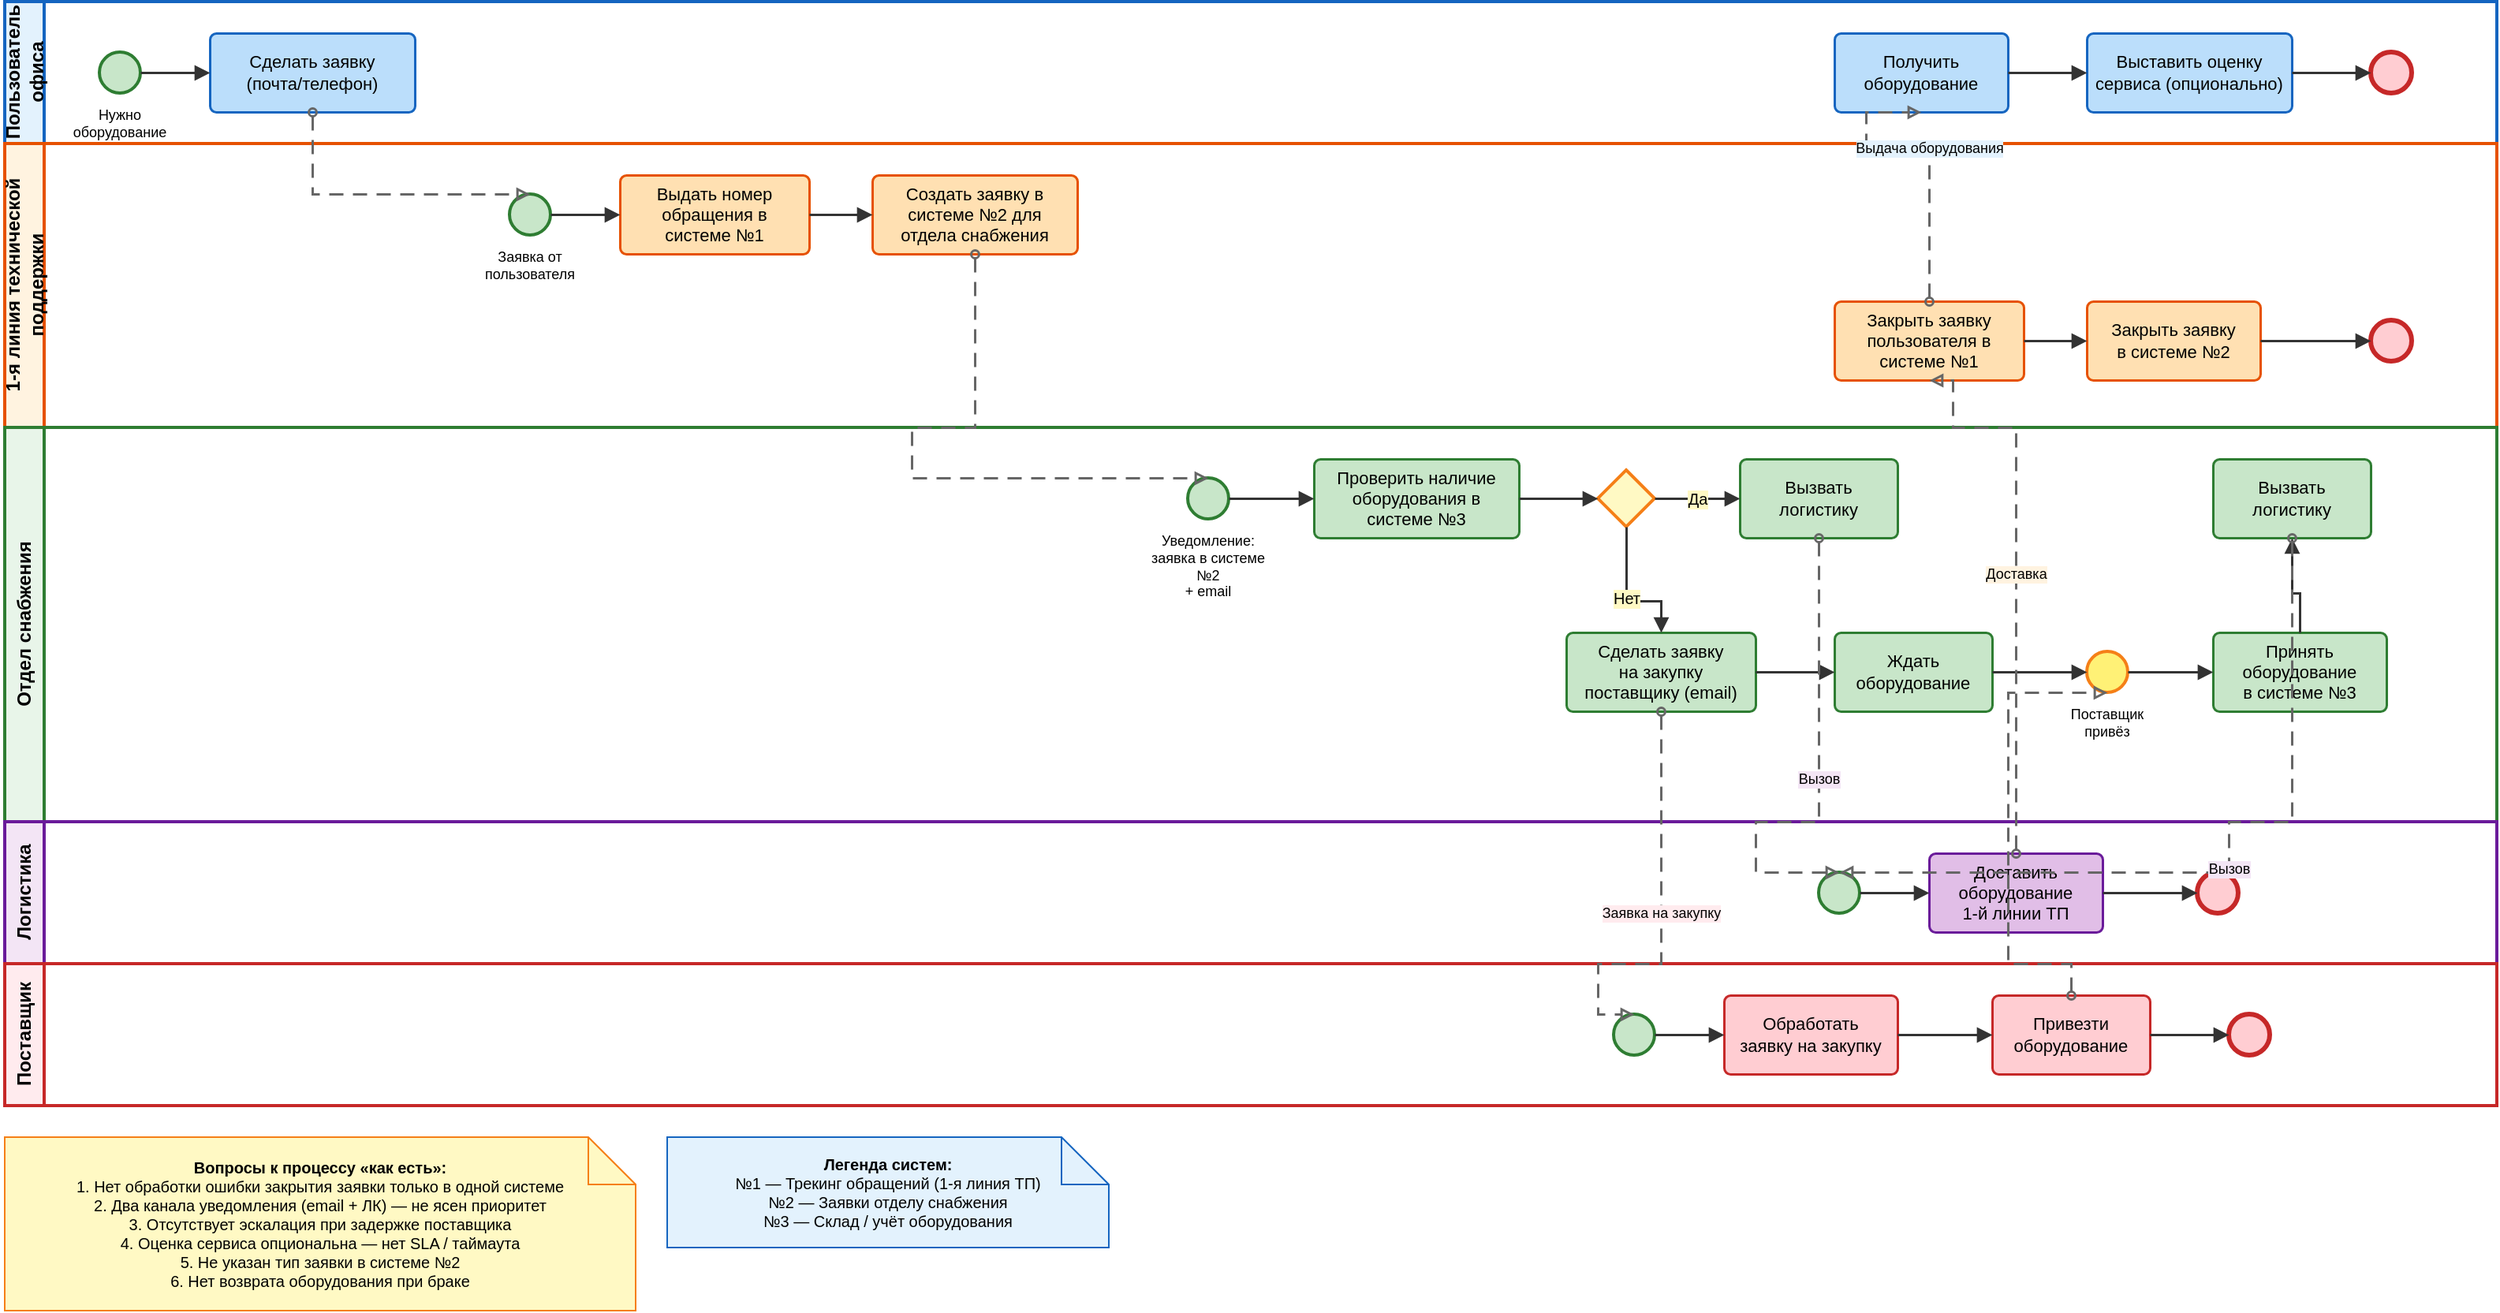
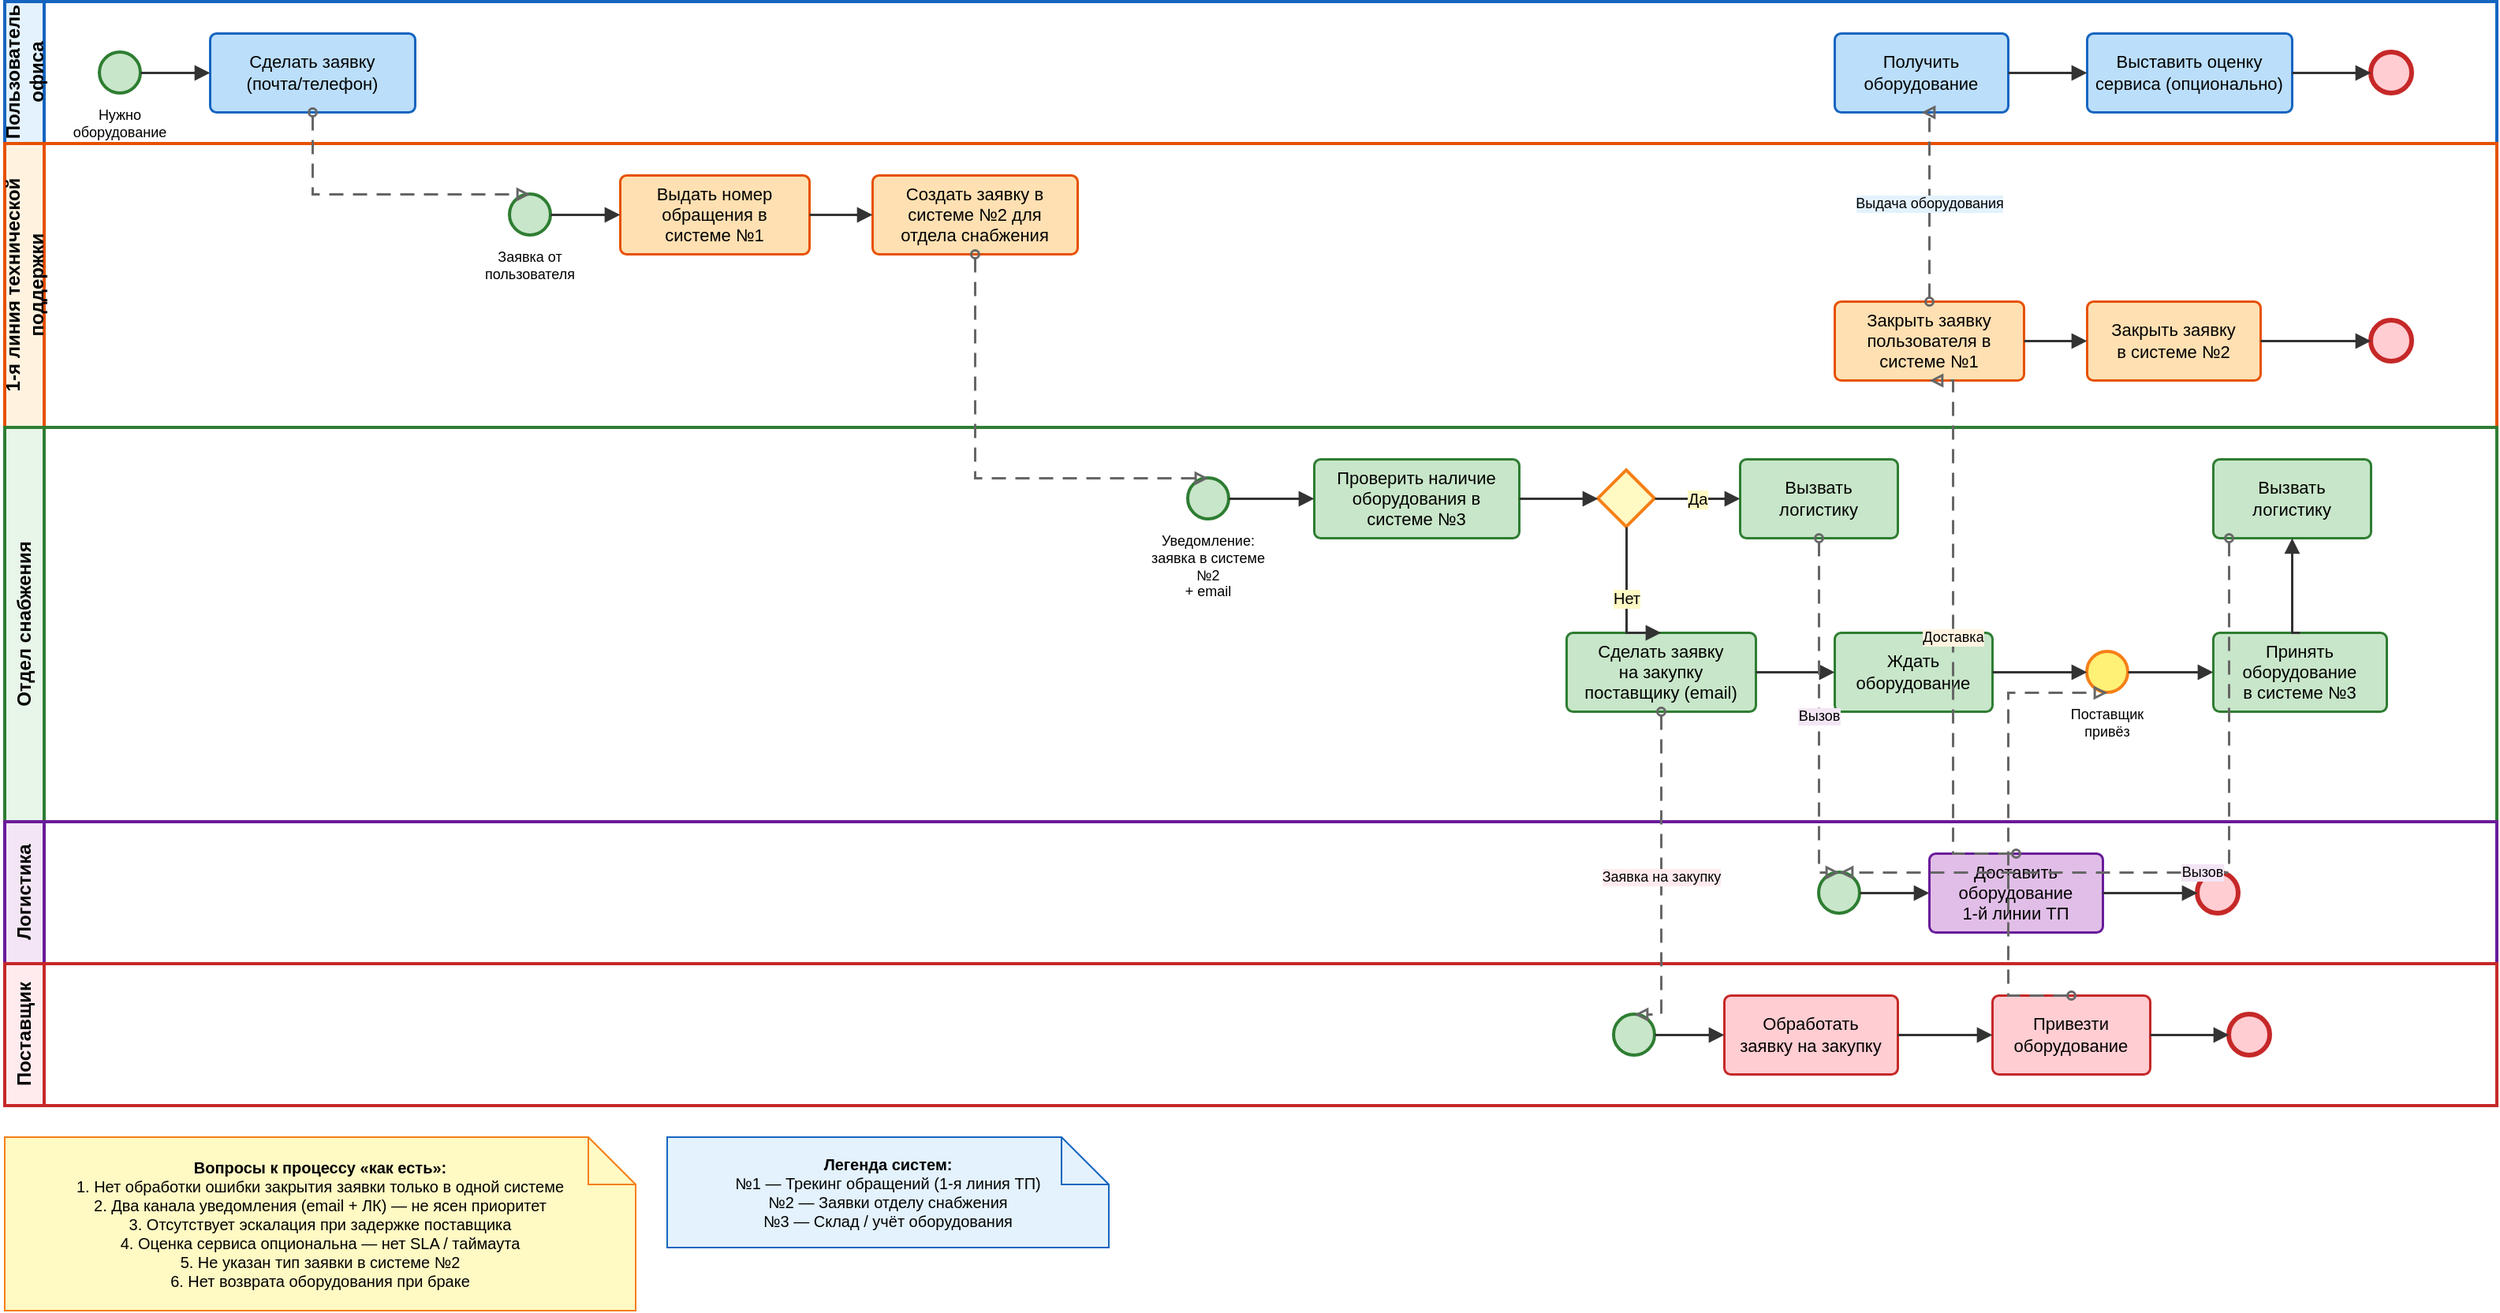
<mxfile host="app.diagrams.net" agent="Kimi">
  <diagram name="BPMN IT Equipment" id="it-equipment-bpmn">
    <mxGraphModel dx="2308" dy="875" grid="1" gridSize="10" guides="1" tooltips="1" connect="1" arrows="1" fold="1" page="1" pageScale="1" pageWidth="1700" pageHeight="1100" math="0" shadow="0">
      <root>
        <mxCell id="0" />
        <mxCell id="1" parent="0" />
        <mxCell id="pool-user" parent="1" style="swimlane;horizontal=0;startSize=25;swimlaneLine=1;collapsible=0;fontStyle=1;fillColor=#E3F2FD;strokeColor=#1565C0;strokeWidth=2;fontSize=12;whiteSpace=wrap;" value="Пользователь офиса" vertex="1">
          <mxGeometry height="90" width="1580" x="40" y="40" as="geometry" />
        </mxCell>
        <mxCell id="start-user" parent="pool-user" style="ellipse;whiteSpace=wrap;html=1;aspect=fixed;fillColor=#C8E6C9;strokeColor=#2E7D32;strokeWidth=2;" value="" vertex="1">
          <mxGeometry height="26" width="26" x="60" y="32" as="geometry" />
        </mxCell>
        <mxCell id="lbl-start-user" parent="pool-user" style="text;html=1;strokeColor=none;fillColor=none;align=center;verticalAlign=top;whiteSpace=wrap;rounded=0;fontSize=9;" value="Нужно&#xa;оборудование" vertex="1">
          <mxGeometry height="28" width="60" x="43" y="60" as="geometry" />
        </mxCell>
        <mxCell id="task-req" parent="pool-user" style="rounded=1;whiteSpace=wrap;html=1;arcSize=8;fillColor=#BBDEFB;strokeColor=#1565C0;strokeWidth=1.5;fontSize=11;" value="Сделать заявку&#xa;(почта/телефон)" vertex="1">
          <mxGeometry height="50" width="130" x="130" y="20" as="geometry" />
        </mxCell>
        <mxCell id="task-receive" parent="pool-user" style="rounded=1;whiteSpace=wrap;html=1;arcSize=8;fillColor=#BBDEFB;strokeColor=#1565C0;strokeWidth=1.5;fontSize=11;" value="Получить&#xa;оборудование" vertex="1">
          <mxGeometry height="50" width="110" x="1160" y="20" as="geometry" />
        </mxCell>
        <mxCell id="task-rate" parent="pool-user" style="rounded=1;whiteSpace=wrap;html=1;arcSize=8;fillColor=#BBDEFB;strokeColor=#1565C0;strokeWidth=1.5;fontSize=11;" value="Выставить оценку&#xa;сервиса (опционально)" vertex="1">
          <mxGeometry height="50" width="130" x="1320" y="20" as="geometry" />
        </mxCell>
        <mxCell id="end-user" parent="pool-user" style="ellipse;whiteSpace=wrap;html=1;aspect=fixed;fillColor=#FFCDD2;strokeColor=#C62828;strokeWidth=3;" value="" vertex="1">
          <mxGeometry height="26" width="26" x="1500" y="32" as="geometry" />
        </mxCell>
        <mxCell id="sf1" edge="1" parent="pool-user" source="start-user" style="edgeStyle=orthogonalEdgeStyle;rounded=0;orthogonalLoop=1;jettySize=auto;html=1;exitX=1;exitY=0.5;exitDx=0;exitDy=0;entryX=0;entryY=0.5;entryDx=0;entryDy=0;strokeColor=#333333;strokeWidth=1.5;endArrow=block;endFill=1;" target="task-req" value="">
          <mxGeometry relative="1" as="geometry" />
        </mxCell>
        <mxCell id="sf2" edge="1" parent="pool-user" source="task-receive" style="edgeStyle=orthogonalEdgeStyle;rounded=0;orthogonalLoop=1;jettySize=auto;html=1;exitX=1;exitY=0.5;exitDx=0;exitDy=0;entryX=0;entryY=0.5;entryDx=0;entryDy=0;strokeColor=#333333;strokeWidth=1.5;endArrow=block;endFill=1;" target="task-rate" value="">
          <mxGeometry relative="1" as="geometry" />
        </mxCell>
        <mxCell id="sf3" edge="1" parent="pool-user" source="task-rate" style="edgeStyle=orthogonalEdgeStyle;rounded=0;orthogonalLoop=1;jettySize=auto;html=1;exitX=1;exitY=0.5;exitDx=0;exitDy=0;entryX=0;entryY=0.5;entryDx=0;entryDy=0;strokeColor=#333333;strokeWidth=1.5;endArrow=block;endFill=1;" target="end-user" value="">
          <mxGeometry relative="1" as="geometry" />
        </mxCell>
        <mxCell id="pool-l1" parent="1" style="swimlane;horizontal=0;startSize=25;swimlaneLine=1;collapsible=0;fontStyle=1;fillColor=#FFF3E0;strokeColor=#E65100;strokeWidth=2;fontSize=12;whiteSpace=wrap;" value="1-я линия технической поддержки" vertex="1">
          <mxGeometry height="180" width="1580" x="40" y="130" as="geometry" />
        </mxCell>
        <mxCell id="start-l1" parent="pool-l1" style="ellipse;whiteSpace=wrap;html=1;aspect=fixed;fillColor=#C8E6C9;strokeColor=#2E7D32;strokeWidth=2;" value="" vertex="1">
          <mxGeometry height="26" width="26" x="320" y="32" as="geometry" />
        </mxCell>
        <mxCell id="lbl-start-l1" parent="pool-l1" style="text;html=1;strokeColor=none;fillColor=none;align=center;verticalAlign=top;whiteSpace=wrap;rounded=0;fontSize=9;" value="Заявка от&#xa;пользователя" vertex="1">
          <mxGeometry height="28" width="60" x="303" y="60" as="geometry" />
        </mxCell>
        <mxCell id="task-ticket1" parent="pool-l1" style="rounded=1;whiteSpace=wrap;html=1;arcSize=8;fillColor=#FFE0B2;strokeColor=#E65100;strokeWidth=1.5;fontSize=11;" value="Выдать номер&#xa;обращения в&#xa;системе №1" vertex="1">
          <mxGeometry height="50" width="120" x="390" y="20" as="geometry" />
        </mxCell>
        <mxCell id="task-create-req" parent="pool-l1" style="rounded=1;whiteSpace=wrap;html=1;arcSize=8;fillColor=#FFE0B2;strokeColor=#E65100;strokeWidth=1.5;fontSize=11;" value="Создать заявку в&#xa;системе №2 для&#xa;отдела снабжения" vertex="1">
          <mxGeometry height="50" width="130" x="550" y="20" as="geometry" />
        </mxCell>
        <mxCell id="task-close1" parent="pool-l1" style="rounded=1;whiteSpace=wrap;html=1;arcSize=8;fillColor=#FFE0B2;strokeColor=#E65100;strokeWidth=1.5;fontSize=11;" value="Закрыть заявку&#xa;пользователя в&#xa;системе №1" vertex="1">
          <mxGeometry height="50" width="120" x="1160" y="100" as="geometry" />
        </mxCell>
        <mxCell id="task-close2" parent="pool-l1" style="rounded=1;whiteSpace=wrap;html=1;arcSize=8;fillColor=#FFE0B2;strokeColor=#E65100;strokeWidth=1.5;fontSize=11;" value="Закрыть заявку&#xa;в системе №2" vertex="1">
          <mxGeometry height="50" width="110" x="1320" y="100" as="geometry" />
        </mxCell>
        <mxCell id="end-l1" parent="pool-l1" style="ellipse;whiteSpace=wrap;html=1;aspect=fixed;fillColor=#FFCDD2;strokeColor=#C62828;strokeWidth=3;" value="" vertex="1">
          <mxGeometry height="26" width="26" x="1500" y="112" as="geometry" />
        </mxCell>
        <mxCell id="sf4" edge="1" parent="pool-l1" source="start-l1" style="edgeStyle=orthogonalEdgeStyle;rounded=0;orthogonalLoop=1;jettySize=auto;html=1;exitX=1;exitY=0.5;exitDx=0;exitDy=0;entryX=0;entryY=0.5;entryDx=0;entryDy=0;strokeColor=#333333;strokeWidth=1.5;endArrow=block;endFill=1;" target="task-ticket1" value="">
          <mxGeometry relative="1" as="geometry" />
        </mxCell>
        <mxCell id="sf5" edge="1" parent="pool-l1" source="task-ticket1" style="edgeStyle=orthogonalEdgeStyle;rounded=0;orthogonalLoop=1;jettySize=auto;html=1;exitX=1;exitY=0.5;exitDx=0;exitDy=0;entryX=0;entryY=0.5;entryDx=0;entryDy=0;strokeColor=#333333;strokeWidth=1.5;endArrow=block;endFill=1;" target="task-create-req" value="">
          <mxGeometry relative="1" as="geometry" />
        </mxCell>
        <mxCell id="sf6" edge="1" parent="pool-l1" source="task-close1" style="edgeStyle=orthogonalEdgeStyle;rounded=0;orthogonalLoop=1;jettySize=auto;html=1;exitX=1;exitY=0.5;exitDx=0;exitDy=0;entryX=0;entryY=0.5;entryDx=0;entryDy=0;strokeColor=#333333;strokeWidth=1.5;endArrow=block;endFill=1;" target="task-close2" value="">
          <mxGeometry relative="1" as="geometry" />
        </mxCell>
        <mxCell id="sf7" edge="1" parent="pool-l1" source="task-close2" style="edgeStyle=orthogonalEdgeStyle;rounded=0;orthogonalLoop=1;jettySize=auto;html=1;exitX=1;exitY=0.5;exitDx=0;exitDy=0;entryX=0;entryY=0.5;entryDx=0;entryDy=0;strokeColor=#333333;strokeWidth=1.5;endArrow=block;endFill=1;" target="end-l1" value="">
          <mxGeometry relative="1" as="geometry" />
        </mxCell>
        <mxCell id="pool-supply" parent="1" style="swimlane;horizontal=0;startSize=25;swimlaneLine=1;collapsible=0;fontStyle=1;fillColor=#E8F5E9;strokeColor=#2E7D32;strokeWidth=2;fontSize=12;whiteSpace=wrap;" value="Отдел снабжения" vertex="1">
          <mxGeometry height="250" width="1580" x="40" y="310" as="geometry" />
        </mxCell>
        <mxCell id="start-supply" parent="pool-supply" style="ellipse;whiteSpace=wrap;html=1;aspect=fixed;fillColor=#C8E6C9;strokeColor=#2E7D32;strokeWidth=2;" value="" vertex="1">
          <mxGeometry height="26" width="26" x="750" y="32" as="geometry" />
        </mxCell>
        <mxCell id="lbl-start-supply" parent="pool-supply" style="text;html=1;strokeColor=none;fillColor=none;align=center;verticalAlign=top;whiteSpace=wrap;rounded=0;fontSize=9;" value="Уведомление:&#xa;заявка в системе №2&#xa;+ email" vertex="1">
          <mxGeometry height="36" width="86" x="720" y="60" as="geometry" />
        </mxCell>
        <mxCell id="task-check" parent="pool-supply" style="rounded=1;whiteSpace=wrap;html=1;arcSize=8;fillColor=#C8E6C9;strokeColor=#2E7D32;strokeWidth=1.5;fontSize=11;" value="Проверить наличие&#xa;оборудования в&#xa;системе №3" vertex="1">
          <mxGeometry height="50" width="130" x="830" y="20" as="geometry" />
        </mxCell>
        <mxCell id="gateway-check" parent="pool-supply" style="rhombus;whiteSpace=wrap;html=1;fillColor=#FFF9C4;strokeColor=#F57F17;strokeWidth=2;" value="" vertex="1">
          <mxGeometry height="36" width="36" x="1010" y="27" as="geometry" />
        </mxCell>
        <mxCell id="task-call-log-yes" parent="pool-supply" style="rounded=1;whiteSpace=wrap;html=1;arcSize=8;fillColor=#C8E6C9;strokeColor=#2E7D32;strokeWidth=1.5;fontSize=11;" value="Вызвать&#xa;логистику" vertex="1">
          <mxGeometry height="50" width="100" x="1100" y="20" as="geometry" />
        </mxCell>
        <mxCell id="task-order" parent="pool-supply" style="rounded=1;whiteSpace=wrap;html=1;arcSize=8;fillColor=#C8E6C9;strokeColor=#2E7D32;strokeWidth=1.5;fontSize=11;" value="Сделать заявку&#xa;на закупку&#xa;поставщику (email)" vertex="1">
          <mxGeometry height="50" width="120" x="990" y="130" as="geometry" />
        </mxCell>
        <mxCell id="task-wait" parent="pool-supply" style="rounded=1;whiteSpace=wrap;html=1;arcSize=8;fillColor=#C8E6C9;strokeColor=#2E7D32;strokeWidth=1.5;fontSize=11;" value="Ждать&#xa;оборудование" vertex="1">
          <mxGeometry height="50" width="100" x="1160" y="130" as="geometry" />
        </mxCell>
        <mxCell id="event-receive" parent="pool-supply" style="ellipse;whiteSpace=wrap;html=1;aspect=fixed;fillColor=#FFF176;strokeColor=#F57F17;strokeWidth=2;" value="" vertex="1">
          <mxGeometry height="26" width="26" x="1320" y="142" as="geometry" />
        </mxCell>
        <mxCell id="lbl-receive" parent="pool-supply" style="text;html=1;strokeColor=none;fillColor=none;align=center;verticalAlign=top;whiteSpace=wrap;rounded=0;fontSize=9;" value="Поставщик&#xa;привёз" vertex="1">
          <mxGeometry height="24" width="60" x="1303" y="170" as="geometry" />
        </mxCell>
        <mxCell id="task-accept" parent="pool-supply" style="rounded=1;whiteSpace=wrap;html=1;arcSize=8;fillColor=#C8E6C9;strokeColor=#2E7D32;strokeWidth=1.5;fontSize=11;" value="Принять&#xa;оборудование&#xa;в системе №3" vertex="1">
          <mxGeometry height="50" width="110" x="1400" y="130" as="geometry" />
        </mxCell>
        <mxCell id="task-call-log-no" parent="pool-supply" style="rounded=1;whiteSpace=wrap;html=1;arcSize=8;fillColor=#C8E6C9;strokeColor=#2E7D32;strokeWidth=1.5;fontSize=11;" value="Вызвать&#xa;логистику" vertex="1">
          <mxGeometry height="50" width="100" x="1400" y="20" as="geometry" />
        </mxCell>
        <mxCell id="sf8" edge="1" parent="pool-supply" source="start-supply" style="edgeStyle=orthogonalEdgeStyle;rounded=0;orthogonalLoop=1;jettySize=auto;html=1;exitX=1;exitY=0.5;exitDx=0;exitDy=0;entryX=0;entryY=0.5;entryDx=0;entryDy=0;strokeColor=#333333;strokeWidth=1.5;endArrow=block;endFill=1;" target="task-check" value="">
          <mxGeometry relative="1" as="geometry" />
        </mxCell>
        <mxCell id="sf9" edge="1" parent="pool-supply" source="task-check" style="edgeStyle=orthogonalEdgeStyle;rounded=0;orthogonalLoop=1;jettySize=auto;html=1;exitX=1;exitY=0.5;exitDx=0;exitDy=0;entryX=0;entryY=0.5;entryDx=0;entryDy=0;strokeColor=#333333;strokeWidth=1.5;endArrow=block;endFill=1;" target="gateway-check" value="">
          <mxGeometry relative="1" as="geometry" />
        </mxCell>
        <mxCell id="sf10" edge="1" parent="pool-supply" source="gateway-check" style="edgeStyle=orthogonalEdgeStyle;rounded=0;orthogonalLoop=1;jettySize=auto;html=1;exitX=1;exitY=0.5;exitDx=0;exitDy=0;entryX=0;entryY=0.5;entryDx=0;entryDy=0;strokeColor=#333333;strokeWidth=1.5;endArrow=block;endFill=1;labelBackgroundColor=#FFF9C4;fontSize=10;" target="task-call-log-yes" value="Да">
          <mxGeometry relative="1" as="geometry" />
        </mxCell>
        <mxCell id="sf11" edge="1" parent="pool-supply" source="gateway-check" style="edgeStyle=orthogonalEdgeStyle;rounded=0;orthogonalLoop=1;jettySize=auto;html=1;exitX=0.5;exitY=1;exitDx=0;exitDy=0;entryX=0.5;entryY=0;entryDx=0;entryDy=0;strokeColor=#333333;strokeWidth=1.5;endArrow=block;endFill=1;labelBackgroundColor=#FFF9C4;fontSize=10;" target="task-order" value="Нет">
          <mxGeometry relative="1" as="geometry">
            <Array as="points">
-               <mxPoint x="1028" y="110" />
-               <mxPoint x="1050" y="110" />
+               <mxPoint x="1028" y="130" />
            </Array>
          </mxGeometry>
        </mxCell>
        <mxCell id="sf12" edge="1" parent="pool-supply" source="task-order" style="edgeStyle=orthogonalEdgeStyle;rounded=0;orthogonalLoop=1;jettySize=auto;html=1;exitX=1;exitY=0.5;exitDx=0;exitDy=0;entryX=0;entryY=0.5;entryDx=0;entryDy=0;strokeColor=#333333;strokeWidth=1.5;endArrow=block;endFill=1;" target="task-wait" value="">
          <mxGeometry relative="1" as="geometry" />
        </mxCell>
        <mxCell id="sf13" edge="1" parent="pool-supply" source="task-wait" style="edgeStyle=orthogonalEdgeStyle;rounded=0;orthogonalLoop=1;jettySize=auto;html=1;exitX=1;exitY=0.5;exitDx=0;exitDy=0;entryX=0;entryY=0.5;entryDx=0;entryDy=0;strokeColor=#333333;strokeWidth=1.5;endArrow=block;endFill=1;" target="event-receive" value="">
          <mxGeometry relative="1" as="geometry" />
        </mxCell>
        <mxCell id="sf14" edge="1" parent="pool-supply" source="event-receive" style="edgeStyle=orthogonalEdgeStyle;rounded=0;orthogonalLoop=1;jettySize=auto;html=1;exitX=1;exitY=0.5;exitDx=0;exitDy=0;entryX=0;entryY=0.5;entryDx=0;entryDy=0;strokeColor=#333333;strokeWidth=1.5;endArrow=block;endFill=1;" target="task-accept" value="">
          <mxGeometry relative="1" as="geometry" />
        </mxCell>
        <mxCell id="sf15" edge="1" parent="pool-supply" source="task-accept" style="edgeStyle=orthogonalEdgeStyle;rounded=0;orthogonalLoop=1;jettySize=auto;html=1;exitX=0.5;exitY=0;exitDx=0;exitDy=0;entryX=0.5;entryY=1;entryDx=0;entryDy=0;strokeColor=#333333;strokeWidth=1.5;endArrow=block;endFill=1;" target="task-call-log-no" value="">
          <mxGeometry relative="1" as="geometry">
            <Array as="points">
-               <mxPoint x="1455" y="105" />
-               <mxPoint x="1450" y="105" />
+               <mxPoint x="1450" y="130" />
            </Array>
          </mxGeometry>
        </mxCell>
        <mxCell id="pool-log" parent="1" style="swimlane;horizontal=0;startSize=25;swimlaneLine=1;collapsible=0;fontStyle=1;fillColor=#F3E5F5;strokeColor=#6A1B9A;strokeWidth=2;fontSize=12;whiteSpace=wrap;" value="Логистика" vertex="1">
          <mxGeometry height="90" width="1580" x="40" y="560" as="geometry" />
        </mxCell>
        <mxCell id="start-log" parent="pool-log" style="ellipse;whiteSpace=wrap;html=1;aspect=fixed;fillColor=#C8E6C9;strokeColor=#2E7D32;strokeWidth=2;" value="" vertex="1">
          <mxGeometry height="26" width="26" x="1150" y="32" as="geometry" />
        </mxCell>
        <mxCell id="task-deliver" parent="pool-log" style="rounded=1;whiteSpace=wrap;html=1;arcSize=8;fillColor=#E1BEE7;strokeColor=#6A1B9A;strokeWidth=1.5;fontSize=11;" value="Доставить&#xa;оборудование&#xa;1-й линии ТП" vertex="1">
          <mxGeometry height="50" width="110" x="1220" y="20" as="geometry" />
        </mxCell>
        <mxCell id="end-log" parent="pool-log" style="ellipse;whiteSpace=wrap;html=1;aspect=fixed;fillColor=#FFCDD2;strokeColor=#C62828;strokeWidth=3;" value="" vertex="1">
          <mxGeometry height="26" width="26" x="1390" y="32" as="geometry" />
        </mxCell>
        <mxCell id="sf16" edge="1" parent="pool-log" source="start-log" style="edgeStyle=orthogonalEdgeStyle;rounded=0;orthogonalLoop=1;jettySize=auto;html=1;exitX=1;exitY=0.5;exitDx=0;exitDy=0;entryX=0;entryY=0.5;entryDx=0;entryDy=0;strokeColor=#333333;strokeWidth=1.5;endArrow=block;endFill=1;" target="task-deliver" value="">
          <mxGeometry relative="1" as="geometry" />
        </mxCell>
        <mxCell id="sf17" edge="1" parent="pool-log" source="task-deliver" style="edgeStyle=orthogonalEdgeStyle;rounded=0;orthogonalLoop=1;jettySize=auto;html=1;exitX=1;exitY=0.5;exitDx=0;exitDy=0;entryX=0;entryY=0.5;entryDx=0;entryDy=0;strokeColor=#333333;strokeWidth=1.5;endArrow=block;endFill=1;" target="end-log" value="">
          <mxGeometry relative="1" as="geometry" />
        </mxCell>
        <mxCell id="pool-vendor" parent="1" style="swimlane;horizontal=0;startSize=25;swimlaneLine=1;collapsible=0;fontStyle=1;fillColor=#FFEBEE;strokeColor=#C62828;strokeWidth=2;fontSize=12;whiteSpace=wrap;" value="Поставщик" vertex="1">
          <mxGeometry height="90" width="1580" x="40" y="650" as="geometry" />
        </mxCell>
        <mxCell id="start-vendor" parent="pool-vendor" style="ellipse;whiteSpace=wrap;html=1;aspect=fixed;fillColor=#C8E6C9;strokeColor=#2E7D32;strokeWidth=2;" value="" vertex="1">
          <mxGeometry height="26" width="26" x="1020" y="32" as="geometry" />
        </mxCell>
        <mxCell id="task-process" parent="pool-vendor" style="rounded=1;whiteSpace=wrap;html=1;arcSize=8;fillColor=#FFCDD2;strokeColor=#C62828;strokeWidth=1.5;fontSize=11;" value="Обработать&#xa;заявку на закупку" vertex="1">
          <mxGeometry height="50" width="110" x="1090" y="20" as="geometry" />
        </mxCell>
        <mxCell id="task-ship" parent="pool-vendor" style="rounded=1;whiteSpace=wrap;html=1;arcSize=8;fillColor=#FFCDD2;strokeColor=#C62828;strokeWidth=1.5;fontSize=11;" value="Привезти&#xa;оборудование" vertex="1">
          <mxGeometry height="50" width="100" x="1260" y="20" as="geometry" />
        </mxCell>
        <mxCell id="end-vendor" parent="pool-vendor" style="ellipse;whiteSpace=wrap;html=1;aspect=fixed;fillColor=#FFCDD2;strokeColor=#C62828;strokeWidth=3;" value="" vertex="1">
          <mxGeometry height="26" width="26" x="1410" y="32" as="geometry" />
        </mxCell>
        <mxCell id="sf18" edge="1" parent="pool-vendor" source="start-vendor" style="edgeStyle=orthogonalEdgeStyle;rounded=0;orthogonalLoop=1;jettySize=auto;html=1;exitX=1;exitY=0.5;exitDx=0;exitDy=0;entryX=0;entryY=0.5;entryDx=0;entryDy=0;strokeColor=#333333;strokeWidth=1.5;endArrow=block;endFill=1;" target="task-process" value="">
          <mxGeometry relative="1" as="geometry" />
        </mxCell>
        <mxCell id="sf19" edge="1" parent="pool-vendor" source="task-process" style="edgeStyle=orthogonalEdgeStyle;rounded=0;orthogonalLoop=1;jettySize=auto;html=1;exitX=1;exitY=0.5;exitDx=0;exitDy=0;entryX=0;entryY=0.5;entryDx=0;entryDy=0;strokeColor=#333333;strokeWidth=1.5;endArrow=block;endFill=1;" target="task-ship" value="">
          <mxGeometry relative="1" as="geometry" />
        </mxCell>
        <mxCell id="sf20" edge="1" parent="pool-vendor" source="task-ship" style="edgeStyle=orthogonalEdgeStyle;rounded=0;orthogonalLoop=1;jettySize=auto;html=1;exitX=1;exitY=0.5;exitDx=0;exitDy=0;entryX=0;entryY=0.5;entryDx=0;entryDy=0;strokeColor=#333333;strokeWidth=1.5;endArrow=block;endFill=1;" target="end-vendor" value="">
          <mxGeometry relative="1" as="geometry" />
        </mxCell>
        <mxCell id="mf1" edge="1" parent="1" source="task-req" style="edgeStyle=orthogonalEdgeStyle;rounded=0;orthogonalLoop=1;jettySize=auto;html=1;exitX=0.5;exitY=1;exitDx=0;exitDy=0;entryX=0.5;entryY=0;entryDx=0;entryDy=0;strokeColor=#666666;strokeWidth=1.5;dashed=1;dashPattern=6 4;startArrow=oval;startFill=0;startSize=5;endArrow=block;endFill=0;endSize=5;" target="start-l1" value="">
          <mxGeometry relative="1" as="geometry">
            <Array as="points">
              <mxPoint x="235" y="162" />
            </Array>
          </mxGeometry>
        </mxCell>
        <mxCell id="mf2" edge="1" parent="1" source="task-create-req" style="edgeStyle=orthogonalEdgeStyle;rounded=0;orthogonalLoop=1;jettySize=auto;html=1;exitX=0.5;exitY=1;exitDx=0;exitDy=0;entryX=0.5;entryY=0;entryDx=0;entryDy=0;strokeColor=#666666;strokeWidth=1.5;dashed=1;dashPattern=6 4;startArrow=oval;startFill=0;startSize=5;endArrow=block;endFill=0;endSize=5;" target="start-supply" value="">
          <mxGeometry relative="1" as="geometry">
            <Array as="points">
-               <mxPoint x="615" y="310" />
+               <mxPoint x="655" y="342" />
            </Array>
          </mxGeometry>
        </mxCell>
        <mxCell id="mf3" edge="1" parent="1" source="task-call-log-yes" style="edgeStyle=orthogonalEdgeStyle;rounded=0;orthogonalLoop=1;jettySize=auto;html=1;exitX=0.5;exitY=1;exitDx=0;exitDy=0;entryX=0.5;entryY=0;entryDx=0;entryDy=0;strokeColor=#666666;strokeWidth=1.5;dashed=1;dashPattern=6 4;startArrow=oval;startFill=0;startSize=5;endArrow=block;endFill=0;endSize=5;fontSize=9;labelBackgroundColor=#F3E5F5;" target="start-log" value="Вызов">
          <mxGeometry relative="1" as="geometry">
            <Array as="points">
-               <mxPoint x="1150" y="560" />
-             </Array>
-           </mxGeometry>
-         </mxCell>
-         <mxCell id="mf4" edge="1" parent="1" source="task-call-log-no" style="edgeStyle=orthogonalEdgeStyle;rounded=0;orthogonalLoop=1;jettySize=auto;html=1;exitX=0.5;exitY=1;exitDx=0;exitDy=0;entryX=0.5;entryY=0;entryDx=0;entryDy=0;strokeColor=#666666;strokeWidth=1.5;dashed=1;dashPattern=6 4;startArrow=oval;startFill=0;startSize=5;endArrow=block;endFill=0;endSize=5;fontSize=9;labelBackgroundColor=#F3E5F5;" target="start-log" value="Вызов">
-           <mxGeometry relative="1" as="geometry">
-             <Array as="points">
-               <mxPoint x="1450" y="560" />
-             </Array>
+               <mxPoint x="1190" y="592" />
+             </Array>
+           </mxGeometry>
+         </mxCell>
+         <mxCell id="mf4" edge="1" parent="1" style="edgeStyle=orthogonalEdgeStyle;rounded=0;orthogonalLoop=1;jettySize=auto;html=1;entryX=0.5;entryY=0;entryDx=0;entryDy=0;strokeColor=#666666;strokeWidth=1.5;dashed=1;dashPattern=6 4;startArrow=oval;startFill=0;startSize=5;endArrow=block;endFill=0;endSize=5;fontSize=9;labelBackgroundColor=#F3E5F5;" target="start-log" value="Вызов">
+           <mxGeometry relative="1" as="geometry">
+             <Array as="points">
+               <mxPoint x="1450" y="380" />
+               <mxPoint x="1450" y="592" />
+             </Array>
+             <mxPoint x="1450" y="380" as="sourcePoint" />
          </mxGeometry>
        </mxCell>
        <mxCell id="mf5" edge="1" parent="1" source="task-order" style="edgeStyle=orthogonalEdgeStyle;rounded=0;orthogonalLoop=1;jettySize=auto;html=1;exitX=0.5;exitY=1;exitDx=0;exitDy=0;entryX=0.5;entryY=0;entryDx=0;entryDy=0;strokeColor=#666666;strokeWidth=1.5;dashed=1;dashPattern=6 4;startArrow=oval;startFill=0;startSize=5;endArrow=block;endFill=0;endSize=5;fontSize=9;labelBackgroundColor=#FFEBEE;" target="start-vendor" value="Заявка на закупку">
          <mxGeometry relative="1" as="geometry">
            <Array as="points">
-               <mxPoint x="1050" y="650" />
+               <mxPoint x="1090" y="682" />
            </Array>
          </mxGeometry>
        </mxCell>
        <mxCell id="mf6" edge="1" parent="1" source="task-ship" style="edgeStyle=orthogonalEdgeStyle;rounded=0;orthogonalLoop=1;jettySize=auto;html=1;exitX=0.5;exitY=0;exitDx=0;exitDy=0;entryX=0.5;entryY=1;entryDx=0;entryDy=0;strokeColor=#666666;strokeWidth=1.5;dashed=1;dashPattern=6 4;startArrow=oval;startFill=0;startSize=5;endArrow=block;endFill=0;endSize=5;" target="event-receive" value="">
          <mxGeometry relative="1" as="geometry">
            <Array as="points">
-               <mxPoint x="1310" y="650" />
+               <mxPoint x="1310" y="670" />
+               <mxPoint x="1310" y="478" />
            </Array>
          </mxGeometry>
        </mxCell>
        <mxCell id="mf7" edge="1" parent="1" source="task-deliver" style="edgeStyle=orthogonalEdgeStyle;rounded=0;orthogonalLoop=1;jettySize=auto;html=1;exitX=0.5;exitY=0;exitDx=0;exitDy=0;entryX=0.5;entryY=1;entryDx=0;entryDy=0;strokeColor=#666666;strokeWidth=1.5;dashed=1;dashPattern=6 4;startArrow=oval;startFill=0;startSize=5;endArrow=block;endFill=0;endSize=5;fontSize=9;labelBackgroundColor=#FFF3E0;" target="task-close1" value="Доставка">
          <mxGeometry relative="1" as="geometry">
            <Array as="points">
-               <mxPoint x="1275" y="310" />
+               <mxPoint x="1275" y="580" />
+               <mxPoint x="1275" y="280" />
            </Array>
          </mxGeometry>
        </mxCell>
        <mxCell id="mf8" edge="1" parent="1" source="task-close1" style="edgeStyle=orthogonalEdgeStyle;rounded=0;orthogonalLoop=1;jettySize=auto;html=1;exitX=0.5;exitY=0;exitDx=0;exitDy=0;entryX=0.5;entryY=1;entryDx=0;entryDy=0;strokeColor=#666666;strokeWidth=1.5;dashed=1;dashPattern=6 4;startArrow=oval;startFill=0;startSize=5;endArrow=block;endFill=0;endSize=5;fontSize=9;labelBackgroundColor=#E3F2FD;" target="task-receive" value="Выдача оборудования">
          <mxGeometry relative="1" as="geometry">
            <Array as="points">
-               <mxPoint x="1220" y="130" />
+               <mxPoint x="1260" y="110" />
            </Array>
          </mxGeometry>
        </mxCell>
        <mxCell id="note1" parent="1" style="shape=note;whiteSpace=wrap;html=1;backgroundOutline=1;fillColor=#FFF9C4;strokeColor=#F57F17;fontSize=10;" value="&lt;b&gt;Вопросы к процессу «как есть»:&lt;/b&gt;&lt;br&gt;1. Нет обработки ошибки закрытия заявки только в одной системе&lt;br&gt;2. Два канала уведомления (email + ЛК) — не ясен приоритет&lt;br&gt;3. Отсутствует эскалация при задержке поставщика&lt;br&gt;4. Оценка сервиса опциональна — нет SLA / таймаута&lt;br&gt;5. Не указан тип заявки в системе №2&lt;br&gt;6. Нет возврата оборудования при браке" vertex="1">
          <mxGeometry height="110" width="400" x="40" y="760" as="geometry" />
        </mxCell>
        <mxCell id="note2" parent="1" style="shape=note;whiteSpace=wrap;html=1;backgroundOutline=1;fillColor=#E3F2FD;strokeColor=#1565C0;fontSize=10;" value="&lt;b&gt;Легенда систем:&lt;/b&gt;&lt;br&gt;№1 — Трекинг обращений (1-я линия ТП)&lt;br&gt;№2 — Заявки отделу снабжения&lt;br&gt;№3 — Склад / учёт оборудования" vertex="1">
          <mxGeometry height="70" width="280" x="460" y="760" as="geometry" />
        </mxCell>
      </root>
    </mxGraphModel>
  </diagram>
</mxfile>
